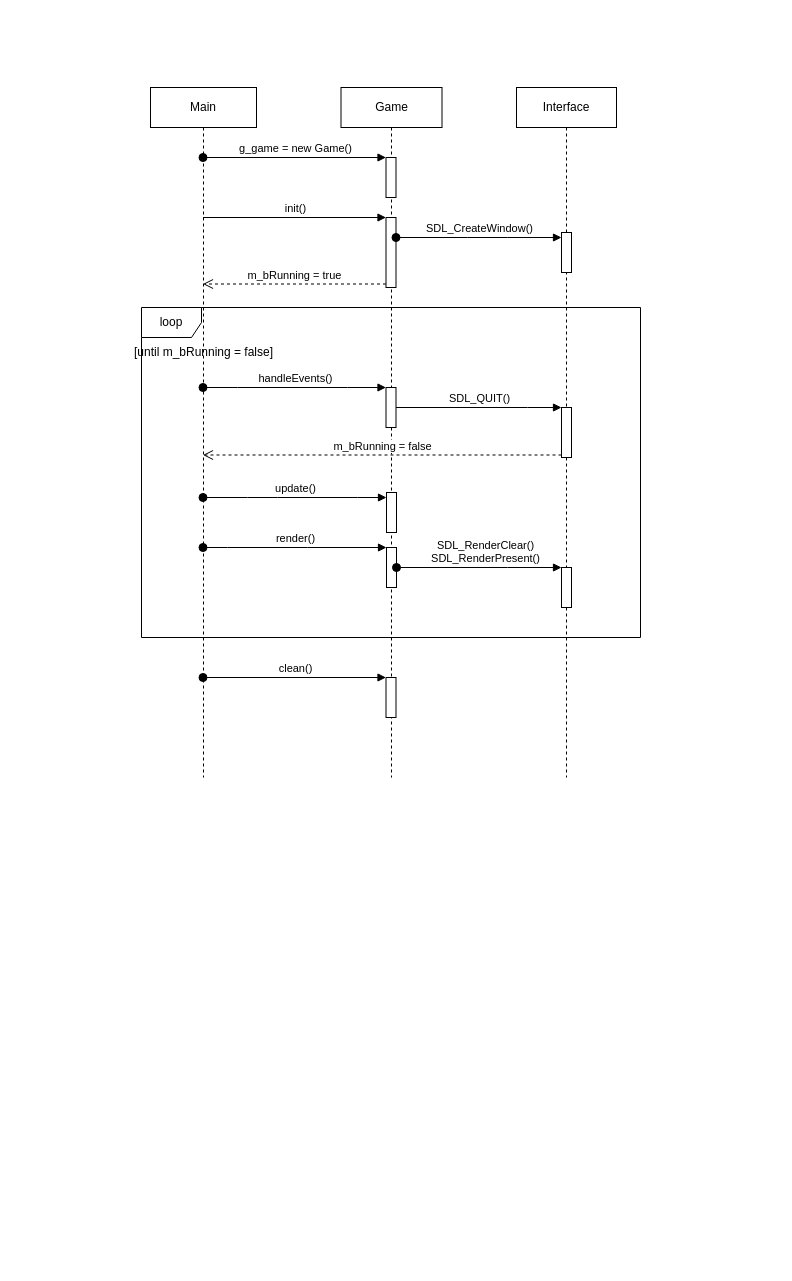
Earlier version of the draw.io diagram Game클래스화.drawio (chpark-hoseo/gf2022-BriefLemon). Source tidied: cells renumbered, new cells numbered last; positions are measured from the earlier drawing's top-left corner, leaving out a move shared by most shapes. Both pictures are drawn from the tidied source at 100%, with x=0, y=0 at pixel (123, 87).
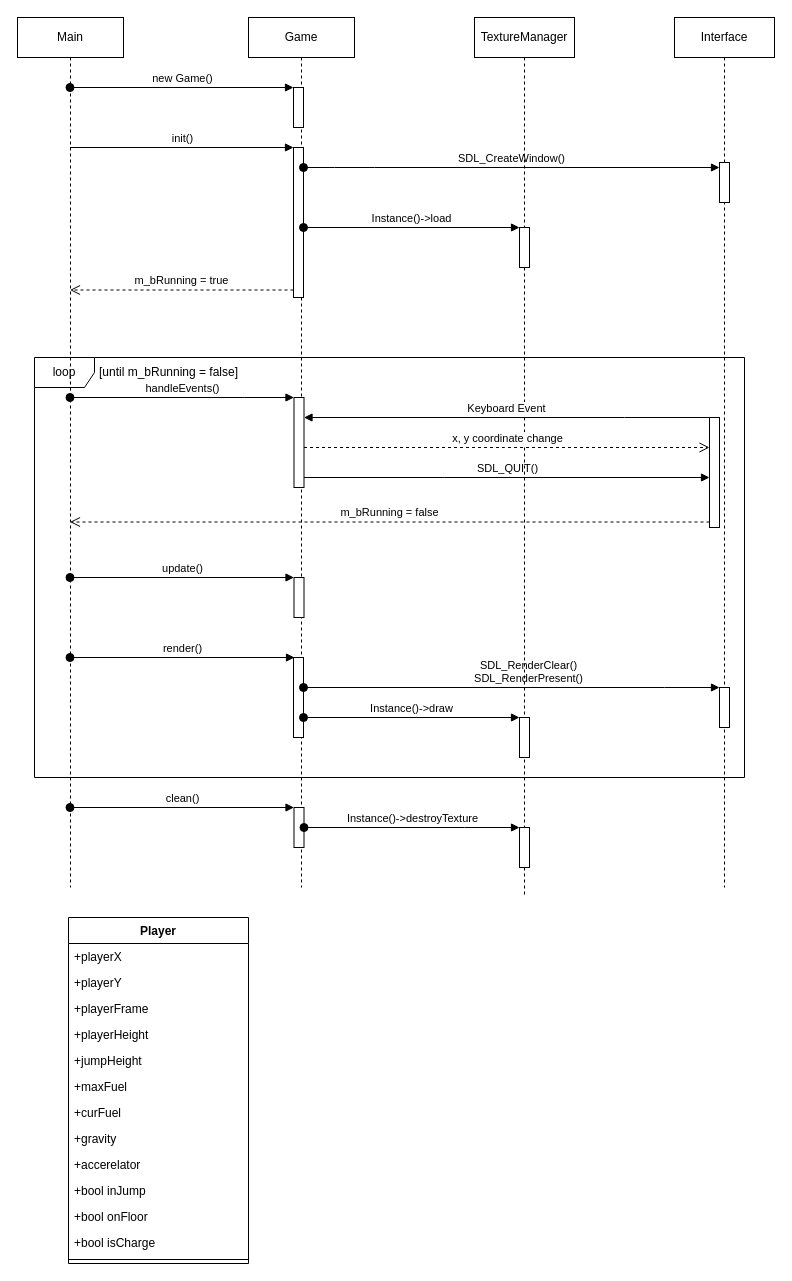
Above is the later version.

Commit message:
Game클래스화.drawio 업데이트

Unchanged cells that the change refers to:
```xml
<mxCell id="4" style="html=1;points=[];perimeter=orthogonalPerimeter;" parent="3" vertex="1">
  <mxGeometry x="45" y="70" width="10" height="40" as="geometry" />
</mxCell>
<mxCell id="14" style="html=1;points=[];perimeter=orthogonalPerimeter;" parent="13" vertex="1">
  <mxGeometry x="45" y="145" width="10" height="40" as="geometry" />
</mxCell>
```

Diff of the diagram source:
```diff
@@
+    <mxCell id="3" value="Game" style="shape=umlLifeline;perimeter=lifelinePerimeter;whiteSpace=wrap;html=1;" parent="1" vertex="1">
+      <mxGeometry x="125" y="-70" width="106" height="870" as="geometry" />
+    </mxCell>
-    <mxCell id="2" value="loop" style="shape=umlFrame;whiteSpace=wrap;html=1;" parent="1" vertex="1">
-      <mxGeometry x="18" y="220" width="499" height="330" as="geometry" />
+    <mxCell id="2" value="loop" style="shape=umlFrame;whiteSpace=wrap;html=1;" parent="3" vertex="1">
+      <mxGeometry x="-214" y="340" width="710" height="420" as="geometry" />
     </mxCell>
-    <mxCell id="3" value="Game" style="shape=umlLifeline;perimeter=lifelinePerimeter;whiteSpace=wrap;html=1;" parent="1" vertex="1">
-      <mxGeometry x="217.5" width="101" height="690" as="geometry" />
-    </mxCell>
@@
     <mxCell id="5" style="html=1;points=[];perimeter=orthogonalPerimeter;" parent="3" vertex="1">
-      <mxGeometry x="45" y="130" width="10" height="70" as="geometry" />
+      <mxGeometry x="45" y="130" width="10" height="150" as="geometry" />
     </mxCell>
     <mxCell id="6" style="html=1;points=[];perimeter=orthogonalPerimeter;" parent="3" vertex="1">
-      <mxGeometry x="45.5" y="460" width="10" height="40" as="geometry" />
+      <mxGeometry x="45" y="640" width="10" height="80" as="geometry" />
     </mxCell>
     <mxCell id="7" style="html=1;points=[];perimeter=orthogonalPerimeter;" parent="3" vertex="1">
-      <mxGeometry x="45" y="300" width="10" height="40" as="geometry" />
+      <mxGeometry x="45.5" y="380" width="10" height="90" as="geometry" />
     </mxCell>
     <mxCell id="8" style="html=1;points=[];perimeter=orthogonalPerimeter;" parent="3" vertex="1">
-      <mxGeometry x="45.5" y="405" width="10" height="40" as="geometry" />
+      <mxGeometry x="45.5" y="560" width="10" height="40" as="geometry" />
     </mxCell>
+    <mxCell id="25" style="html=1;points=[];perimeter=orthogonalPerimeter;" parent="3" vertex="1">
+      <mxGeometry x="45.5" y="790" width="10" height="40" as="geometry" />
+    </mxCell>
     <mxCell id="9" value="Main" style="shape=umlLifeline;perimeter=lifelinePerimeter;whiteSpace=wrap;html=1;outlineConnect=0;" parent="1" vertex="1">
-      <mxGeometry x="27" width="106" height="690" as="geometry" />
+      <mxGeometry x="-106" y="-70" width="106" height="870" as="geometry" />
     </mxCell>
-    <mxCell id="10" value="g_game = new Game()" style="html=1;verticalAlign=bottom;startArrow=oval;endArrow=block;startSize=8;rounded=0;" parent="1" edge="1" source="9" target="4">
+    <mxCell id="10" value="new Game()" style="html=1;verticalAlign=bottom;startArrow=oval;endArrow=block;startSize=8;rounded=0;" parent="1" edge="1" source="9" target="4">
       <mxGeometry relative="1" as="geometry">
         <Array as="points">
-          <mxPoint x="163.5" y="70" />
+          <mxPoint x="30.5" />
         </Array>
       </mxGeometry>
     </mxCell>
@@
     <mxCell id="13" value="Interface" style="shape=umlLifeline;perimeter=lifelinePerimeter;whiteSpace=wrap;html=1;" parent="1" vertex="1">
-      <mxGeometry x="393" width="100" height="690" as="geometry" />
+      <mxGeometry x="551" y="-70" width="100" height="870" as="geometry" />
     </mxCell>
@@
     <mxCell id="15" style="html=1;points=[];perimeter=orthogonalPerimeter;" parent="13" vertex="1">
-      <mxGeometry x="45" y="480" width="10" height="40" as="geometry" />
+      <mxGeometry x="45" y="670" width="10" height="40" as="geometry" />
     </mxCell>
     <mxCell id="16" style="html=1;points=[];perimeter=orthogonalPerimeter;" parent="13" vertex="1">
-      <mxGeometry x="45" y="320" width="10" height="50" as="geometry" />
+      <mxGeometry x="35" y="400" width="10" height="110" as="geometry" />
     </mxCell>
@@
     <mxCell id="18" value="[until m_bRunning = false]" style="text;html=1;align=center;verticalAlign=middle;fillColor=none;strokeColor=none;rounded=0;" parent="1" vertex="1">
-      <mxGeometry y="250" width="160" height="30" as="geometry" />
+      <mxGeometry x="-35" y="270" width="160" height="30" as="geometry" />
     </mxCell>
     <mxCell id="19" value="handleEvents()" style="html=1;verticalAlign=bottom;startArrow=oval;endArrow=block;startSize=8;rounded=0;" parent="1" edge="1" source="9" target="7">
       <mxGeometry relative="1" as="geometry">
         <Array as="points">
-          <mxPoint x="114" y="300" />
-          <mxPoint x="224" y="300" />
+          <mxPoint x="121" y="310" />
         </Array>
       </mxGeometry>
     </mxCell>
-    <mxCell id="20" value="update()" style="html=1;verticalAlign=bottom;startArrow=oval;endArrow=block;startSize=8;rounded=0;" parent="1" edge="1" source="9" target="8">
+    <mxCell id="20" value="update()" style="html=1;verticalAlign=bottom;startArrow=oval;endArrow=block;startSize=8;rounded=0;" parent="1" edge="1" target="8">
       <mxGeometry relative="1" as="geometry">
-        <Array as="points">
-          <mxPoint x="124" y="410" />
-          <mxPoint x="154" y="410" />
-          <mxPoint x="234" y="410" />
-        </Array>
+        <mxPoint x="-53.5" y="490" as="sourcePoint" />
       </mxGeometry>
     </mxCell>
     <mxCell id="21" value="SDL_CreateWindow()" style="html=1;verticalAlign=bottom;startArrow=oval;endArrow=block;startSize=8;rounded=0;" parent="1" edge="1" source="5" target="14">
       <mxGeometry relative="1" as="geometry">
         <Array as="points">
-          <mxPoint x="344" y="150" />
-          <mxPoint x="384" y="150" />
+          <mxPoint x="211" y="80" />
+          <mxPoint x="251" y="80" />
         </Array>
       </mxGeometry>
     </mxCell>
     <mxCell id="22" value="SDL_RenderClear()&lt;br&gt;SDL_RenderPresent()" style="html=1;verticalAlign=bottom;startArrow=oval;endArrow=block;startSize=8;rounded=0;" parent="1" edge="1" source="6" target="15">
       <mxGeometry x="0.08" relative="1" as="geometry">
         <Array as="points">
-          <mxPoint x="384" y="480" />
+          <mxPoint x="541" y="600" />
         </Array>
       </mxGeometry>
     </mxCell>
-    <mxCell id="23" value="SDL_QUIT()" style="html=1;verticalAlign=bottom;endArrow=block;entryX=0;entryY=0;rounded=0;" parent="1" edge="1" source="7" target="16">
+    <mxCell id="23" value="SDL_QUIT()" style="html=1;verticalAlign=bottom;endArrow=block;rounded=0;" parent="1" edge="1" source="7" target="16">
       <mxGeometry relative="1" as="geometry">
         <Array as="points">
-          <mxPoint x="404" y="320" />
+          <mxPoint x="321" y="390" />
         </Array>
       </mxGeometry>
     </mxCell>
+    <mxCell id="26" value="m_bRunning = false" style="html=1;verticalAlign=bottom;endArrow=open;dashed=1;endSize=8;exitX=0;exitY=0.95;rounded=0;" parent="1" edge="1" source="16" target="9">
+      <mxGeometry relative="1" as="geometry" />
+    </mxCell>
+    <mxCell id="27" value="TextureManager" style="shape=umlLifeline;perimeter=lifelinePerimeter;whiteSpace=wrap;html=1;" parent="1" vertex="1">
+      <mxGeometry x="351" y="-70" width="100" height="880" as="geometry" />
+    </mxCell>
+    <mxCell id="28" style="html=1;points=[];perimeter=orthogonalPerimeter;" parent="27" vertex="1">
+      <mxGeometry x="45" y="210" width="10" height="40" as="geometry" />
+    </mxCell>
+    <mxCell id="29" style="html=1;perimeter=orthogonalPerimeter;" parent="27" vertex="1">
+      <mxGeometry x="45" y="700" width="10" height="40" as="geometry" />
+    </mxCell>
+    <mxCell id="30" style="html=1;points=[];perimeter=orthogonalPerimeter;" parent="27" vertex="1">
+      <mxGeometry x="45" y="810" width="10" height="40" as="geometry" />
+    </mxCell>
+    <mxCell id="31" value="Instance()-&amp;gt;load" style="html=1;verticalAlign=bottom;startArrow=oval;endArrow=block;startSize=8;rounded=0;" parent="1" edge="1" source="5" target="28">
+      <mxGeometry relative="1" as="geometry" />
+    </mxCell>
-    <mxCell id="24" value="render()" style="html=1;verticalAlign=bottom;startArrow=oval;endArrow=block;startSize=8;rounded=0;" parent="1" edge="1" source="9" target="6">
+    <mxCell id="24" value="render()" style="html=1;verticalAlign=bottom;startArrow=oval;endArrow=block;startSize=8;rounded=0;" parent="1" edge="1">
       <mxGeometry relative="1" as="geometry">
-        <Array as="points">
-          <mxPoint x="104" y="460" />
-          <mxPoint x="184" y="460" />
-        </Array>
+        <mxPoint x="-53.5" y="570" as="sourcePoint" />
+        <mxPoint x="171" y="570" as="targetPoint" />
       </mxGeometry>
     </mxCell>
-    <mxCell id="25" style="html=1;points=[];perimeter=orthogonalPerimeter;" parent="1" vertex="1">
-      <mxGeometry x="262.5" y="590" width="10" height="40" as="geometry" />
-    </mxCell>
-    <mxCell id="26" value="m_bRunning = false" style="html=1;verticalAlign=bottom;endArrow=open;dashed=1;endSize=8;exitX=0;exitY=0.95;rounded=0;" parent="1" edge="1" source="16" target="9">
-      <mxGeometry relative="1" as="geometry" />
-    </mxCell>
+    <mxCell id="32" value="Instance()-&amp;gt;draw" style="html=1;verticalAlign=bottom;startArrow=oval;endArrow=block;startSize=8;rounded=0;" parent="1" edge="1" source="6">
+      <mxGeometry relative="1" as="geometry">
+        <mxPoint x="396" y="630" as="targetPoint" />
+      </mxGeometry>
+    </mxCell>
+    <mxCell id="33" value="Instance()-&amp;gt;destroyTexture" style="html=1;verticalAlign=bottom;startArrow=oval;endArrow=block;startSize=8;rounded=0;" parent="1" edge="1" source="25" target="30">
+      <mxGeometry relative="1" as="geometry">
+        <Array as="points">
+          <mxPoint x="341" y="740" />
+        </Array>
+      </mxGeometry>
+    </mxCell>
+    <mxCell id="34" value="Keyboard Event" style="html=1;verticalAlign=bottom;endArrow=block;rounded=0;" parent="1" edge="1" source="16" target="7">
+      <mxGeometry relative="1" as="geometry">
+        <Array as="points">
+          <mxPoint x="501" y="330" />
+        </Array>
+      </mxGeometry>
+    </mxCell>
+    <mxCell id="35" value="x, y coordinate change" style="html=1;verticalAlign=bottom;endArrow=open;dashed=1;endSize=8;rounded=0;" parent="1" edge="1" source="7" target="16">
+      <mxGeometry relative="1" as="geometry">
+        <Array as="points">
+          <mxPoint x="381" y="360" />
+        </Array>
+      </mxGeometry>
+    </mxCell>
+    <mxCell id="36" value="Player" style="swimlane;fontStyle=1;align=center;verticalAlign=top;horizontal=1;startSize=26;" parent="1" vertex="1">
+      <mxGeometry x="-55" y="830" width="180" height="346" as="geometry" />
+    </mxCell>
+    <mxCell id="37" value="+playerX" style="text;strokeColor=none;fillColor=none;align=left;verticalAlign=top;spacingLeft=4;spacingRight=4;overflow=hidden;" parent="36" vertex="1">
+      <mxGeometry y="26" width="180" height="26" as="geometry" />
+    </mxCell>
+    <mxCell id="38" value="+playerY" style="text;strokeColor=none;fillColor=none;align=left;verticalAlign=top;spacingLeft=4;spacingRight=4;overflow=hidden;" parent="36" vertex="1">
+      <mxGeometry y="52" width="180" height="26" as="geometry" />
+    </mxCell>
+    <mxCell id="39" value="+playerFrame" style="text;strokeColor=none;fillColor=none;align=left;verticalAlign=top;spacingLeft=4;spacingRight=4;overflow=hidden;" parent="36" vertex="1">
+      <mxGeometry y="78" width="180" height="26" as="geometry" />
+    </mxCell>
+    <mxCell id="40" value="+playerHeight" style="text;strokeColor=none;fillColor=none;align=left;verticalAlign=top;spacingLeft=4;spacingRight=4;overflow=hidden;" parent="36" vertex="1">
+      <mxGeometry y="104" width="180" height="26" as="geometry" />
+    </mxCell>
+    <mxCell id="41" value="+jumpHeight" style="text;strokeColor=none;fillColor=none;align=left;verticalAlign=top;spacingLeft=4;spacingRight=4;overflow=hidden;" parent="36" vertex="1">
+      <mxGeometry y="130" width="180" height="26" as="geometry" />
+    </mxCell>
+    <mxCell id="42" value="+maxFuel" style="text;strokeColor=none;fillColor=none;align=left;verticalAlign=top;spacingLeft=4;spacingRight=4;overflow=hidden;" parent="36" vertex="1">
+      <mxGeometry y="156" width="180" height="26" as="geometry" />
+    </mxCell>
+    <mxCell id="43" value="+curFuel" style="text;strokeColor=none;fillColor=none;align=left;verticalAlign=top;spacingLeft=4;spacingRight=4;overflow=hidden;" parent="36" vertex="1">
+      <mxGeometry y="182" width="180" height="26" as="geometry" />
+    </mxCell>
+    <mxCell id="44" value="+gravity" style="text;strokeColor=none;fillColor=none;align=left;verticalAlign=top;spacingLeft=4;spacingRight=4;overflow=hidden;" parent="36" vertex="1">
+      <mxGeometry y="208" width="180" height="26" as="geometry" />
+    </mxCell>
+    <mxCell id="45" value="+accerelator" style="text;strokeColor=none;fillColor=none;align=left;verticalAlign=top;spacingLeft=4;spacingRight=4;overflow=hidden;" parent="36" vertex="1">
+      <mxGeometry y="234" width="180" height="26" as="geometry" />
+    </mxCell>
+    <mxCell id="46" value="+bool inJump" style="text;strokeColor=none;fillColor=none;align=left;verticalAlign=top;spacingLeft=4;spacingRight=4;overflow=hidden;" parent="36" vertex="1">
+      <mxGeometry y="260" width="180" height="26" as="geometry" />
+    </mxCell>
+    <mxCell id="47" value="+bool onFloor" style="text;strokeColor=none;fillColor=none;align=left;verticalAlign=top;spacingLeft=4;spacingRight=4;overflow=hidden;" parent="36" vertex="1">
+      <mxGeometry y="286" width="180" height="26" as="geometry" />
+    </mxCell>
+    <mxCell id="48" value="+bool isCharge" style="text;strokeColor=none;fillColor=none;align=left;verticalAlign=top;spacingLeft=4;spacingRight=4;overflow=hidden;" parent="36" vertex="1">
+      <mxGeometry y="312" width="180" height="26" as="geometry" />
+    </mxCell>
+    <mxCell id="49" style="line;strokeWidth=1;fillColor=none;align=left;verticalAlign=middle;spacingTop=-1;spacingLeft=3;spacingRight=3;labelPosition=right;strokeColor=inherit;" parent="36" vertex="1">
+      <mxGeometry y="338" width="180" height="8" as="geometry" />
+    </mxCell>
```
